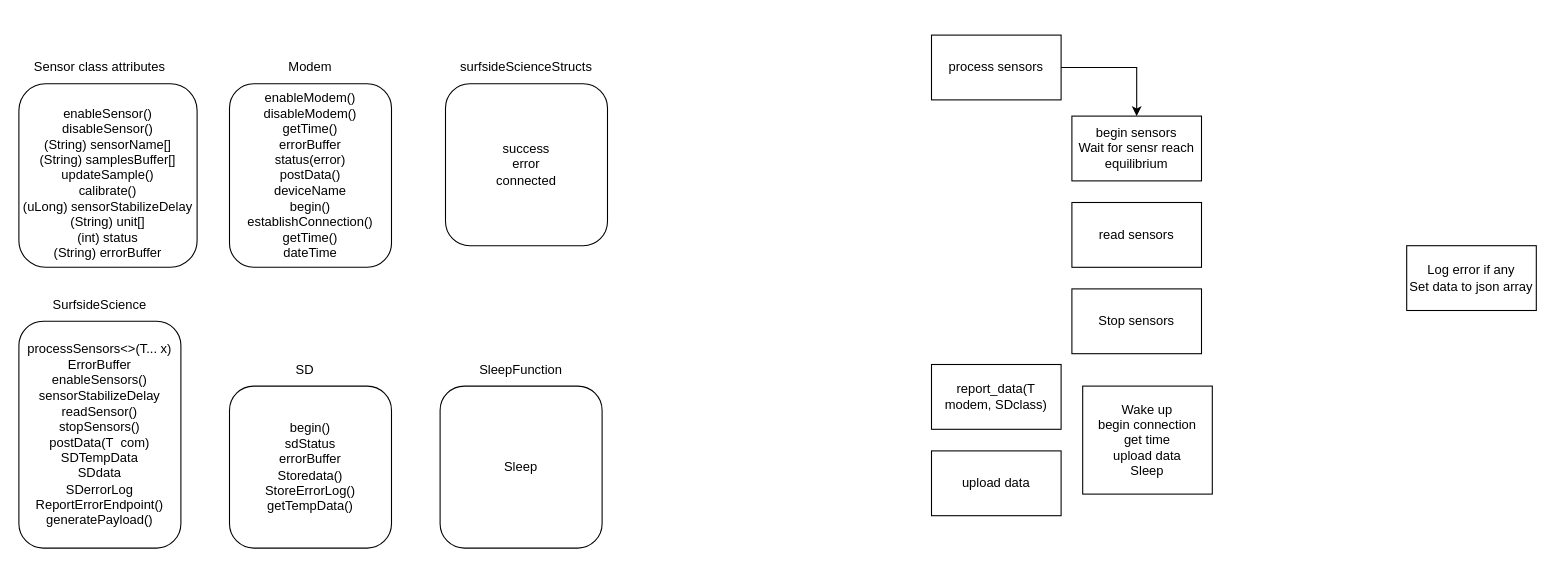
This is page "template approach" (8 of 8) of docs/Software architecture.drawio from brenchies/SurfsideSensors, a draw.io file, before an edit. Source tidied: cells renumbered, new cells numbered last; positions are measured from the earlier drawing's top-left corner, leaving out a move shared by most shapes. Both pictures are drawn from the tidied source at 108%, with x=0, y=0 at pixel (18, 35).
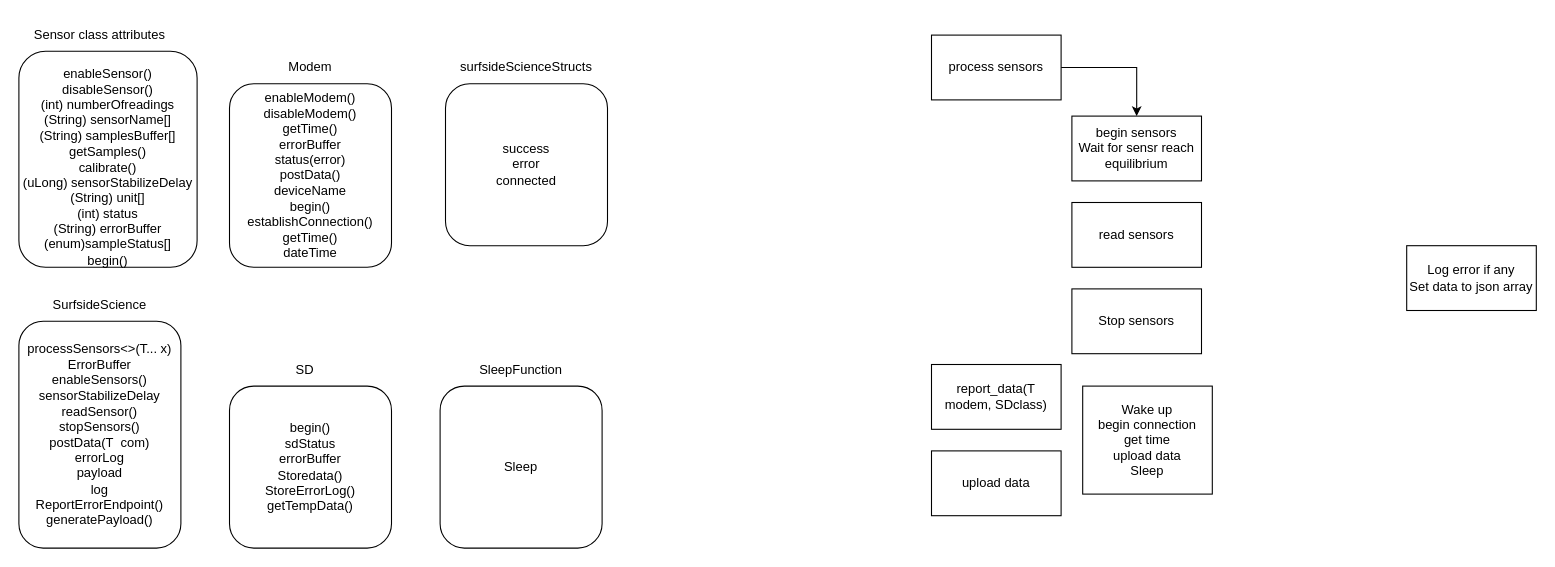
After the change.

Change to the diagram source:
```diff
@@
-    <mxCell id="11" value="&lt;br&gt;enableSensor()&lt;br&gt;disableSensor()&lt;br&gt;(String) sensorName[]&lt;br&gt;(String) samplesBuffer[]&lt;br&gt;updateSample()&lt;br&gt;calibrate()&lt;br&gt;(uLong) sensorStabilizeDelay&lt;br&gt;(String) unit[]&lt;br&gt;(int) status&lt;br&gt;(String) errorBuffer&lt;br&gt;" style="rounded=1;whiteSpace=wrap;html=1;" parent="1" vertex="1">
-      <mxGeometry y="45" width="165" height="170" as="geometry" />
+    <mxCell id="11" value="&lt;br&gt;enableSensor()&lt;br&gt;disableSensor()&lt;br&gt;(int) numberOfreadings&lt;br&gt;(String) sensorName[]&lt;br&gt;(String) samplesBuffer[]&lt;br&gt;getSamples()&lt;br&gt;calibrate()&lt;br&gt;(uLong) sensorStabilizeDelay&lt;br&gt;(String) unit[]&lt;br&gt;(int) status&lt;br&gt;(String) errorBuffer&lt;br&gt;(enum)sampleStatus[]&lt;br&gt;begin()" style="rounded=1;whiteSpace=wrap;html=1;" parent="1" vertex="1">
+      <mxGeometry y="15" width="165" height="200" as="geometry" />
     </mxCell>
     <mxCell id="12" value="Sensor class attributes" style="text;html=1;strokeColor=none;fillColor=none;align=center;verticalAlign=middle;whiteSpace=wrap;rounded=0;" parent="1" vertex="1">
-      <mxGeometry x="5" y="15" width="140" height="30" as="geometry" />
+      <mxGeometry x="5" y="-15" width="140" height="30" as="geometry" />
     </mxCell>
-    <mxCell id="13" value="processSensors&amp;lt;&amp;gt;(T... x)&lt;br&gt;ErrorBuffer&lt;br&gt;enableSensors()&lt;br&gt;sensorStabilizeDelay&lt;br&gt;readSensor()&lt;br&gt;stopSensors()&lt;br&gt;postData(T&amp;nbsp; com)&lt;br&gt;SDTempData&lt;br&gt;SDdata&lt;br&gt;SDerrorLog&lt;br&gt;ReportErrorEndpoint()&lt;br&gt;generatePayload()" style="rounded=1;whiteSpace=wrap;html=1;" parent="1" vertex="1">
+    <mxCell id="13" value="processSensors&amp;lt;&amp;gt;(T... x)&lt;br&gt;ErrorBuffer&lt;br&gt;enableSensors()&lt;br&gt;sensorStabilizeDelay&lt;br&gt;readSensor()&lt;br&gt;stopSensors()&lt;br&gt;postData(T&amp;nbsp; com)&lt;br&gt;errorLog&lt;br&gt;payload&lt;br&gt;log&lt;br&gt;ReportErrorEndpoint()&lt;br&gt;generatePayload()" style="rounded=1;whiteSpace=wrap;html=1;" parent="1" vertex="1">
       <mxGeometry y="265" width="150" height="210" as="geometry" />
     </mxCell>
```
